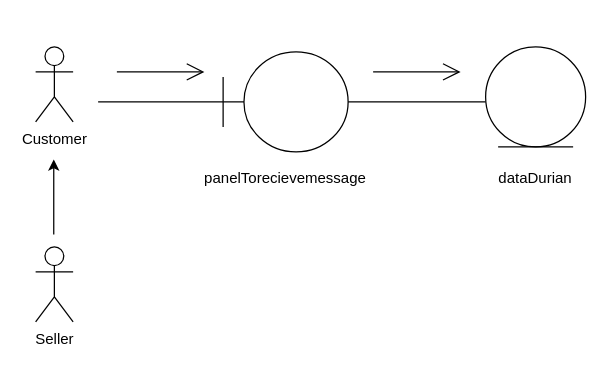
This is page "Page-2" (2 of 2) of View Stock.drawio from munkeawtoast/isad-diagrams, a draw.io file, before an edit. Source tidied: cells renumbered, new cells numbered last; positions are measured from the earlier drawing's top-left corner, leaving out a move shared by most shapes. Both pictures are drawn from the tidied source at 125%, with x=0, y=0 at pixel (35, 46).
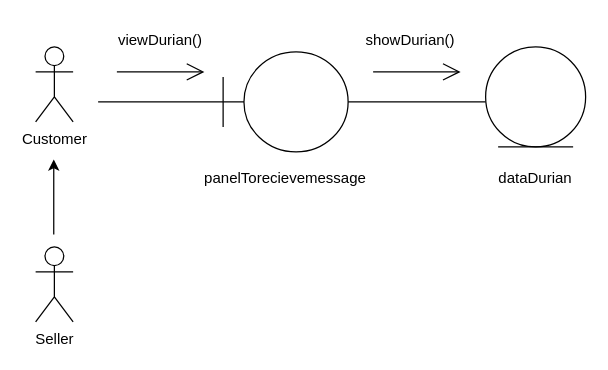
The same page after the edit.

The edit, as a diff of the source:
```diff
@@
 <mxGraphModel>
   <root>
     <mxCell id="0" />
     <mxCell id="1" parent="0" />
     <mxCell id="2" value="Customer" style="shape=umlActor;verticalLabelPosition=bottom;verticalAlign=top;html=1;" parent="1" vertex="1">
       <mxGeometry width="30" height="60" as="geometry" />
     </mxCell>
     <mxCell id="3" style="edgeStyle=none;html=1;" parent="1" edge="1">
       <mxGeometry relative="1" as="geometry">
         <mxPoint x="14.5" y="150" as="sourcePoint" />
         <mxPoint x="14.5" y="90" as="targetPoint" />
       </mxGeometry>
     </mxCell>
     <mxCell id="4" value="Seller" style="shape=umlActor;verticalLabelPosition=bottom;verticalAlign=top;html=1;" parent="1" vertex="1">
       <mxGeometry y="160" width="30" height="60" as="geometry" />
     </mxCell>
     <mxCell id="5" style="line;strokeWidth=1;fillColor=none;align=left;verticalAlign=middle;spacingTop=-1;spacingLeft=3;spacingRight=3;labelPosition=right;strokeColor=inherit;" parent="1" vertex="1">
       <mxGeometry x="50" y="40" width="100" height="8" as="geometry" />
     </mxCell>
     <mxCell id="6" style="shape=umlBoundary;whiteSpace=wrap;html=1;" parent="1" vertex="1">
       <mxGeometry x="150" y="4" width="100" height="80" as="geometry" />
     </mxCell>
     <mxCell id="7" value="panelTorecievemessage" style="text;strokeColor=none;align=center;fillColor=none;html=1;verticalAlign=middle;whiteSpace=wrap;rounded=0;" parent="1" vertex="1">
       <mxGeometry x="170" y="90" width="60" height="30" as="geometry" />
     </mxCell>
     <mxCell id="8" style="line;strokeWidth=1;fillColor=none;align=left;verticalAlign=middle;spacingTop=-1;spacingLeft=3;spacingRight=3;labelPosition=right;strokeColor=inherit;" parent="1" vertex="1">
       <mxGeometry x="250" y="40" width="110" height="8" as="geometry" />
     </mxCell>
     <mxCell id="9" style="ellipse;shape=umlEntity;whiteSpace=wrap;html=1;" parent="1" vertex="1">
       <mxGeometry x="360" width="80" height="80" as="geometry" />
     </mxCell>
     <mxCell id="10" value="dataDurian" style="text;strokeColor=none;align=center;fillColor=none;html=1;verticalAlign=middle;whiteSpace=wrap;rounded=0;" parent="1" vertex="1">
       <mxGeometry x="370" y="90" width="60" height="30" as="geometry" />
     </mxCell>
     <mxCell id="11" style="endArrow=open;endFill=1;endSize=12;html=1;" parent="1" edge="1">
       <mxGeometry relative="1" as="geometry">
         <mxPoint x="65" y="20" as="sourcePoint" />
         <mxPoint x="135" y="20" as="targetPoint" />
       </mxGeometry>
     </mxCell>
     <mxCell id="12" style="endArrow=open;endFill=1;endSize=12;html=1;" parent="1" edge="1">
       <mxGeometry relative="1" as="geometry">
         <mxPoint x="270" y="20" as="sourcePoint" />
         <mxPoint x="340" y="20" as="targetPoint" />
       </mxGeometry>
     </mxCell>
+    <mxCell id="13" value="viewDurian()" style="text;html=1;strokeColor=none;fillColor=none;align=center;verticalAlign=middle;whiteSpace=wrap;rounded=0;" parent="1" vertex="1">
+      <mxGeometry x="60" y="-20" width="80" height="30" as="geometry" />
+    </mxCell>
+    <mxCell id="14" value="showDurian()" style="text;html=1;strokeColor=none;fillColor=none;align=center;verticalAlign=middle;whiteSpace=wrap;rounded=0;" parent="1" vertex="1">
+      <mxGeometry x="270" y="-20" width="60" height="30" as="geometry" />
+    </mxCell>
   </root>
 </mxGraphModel>
```
